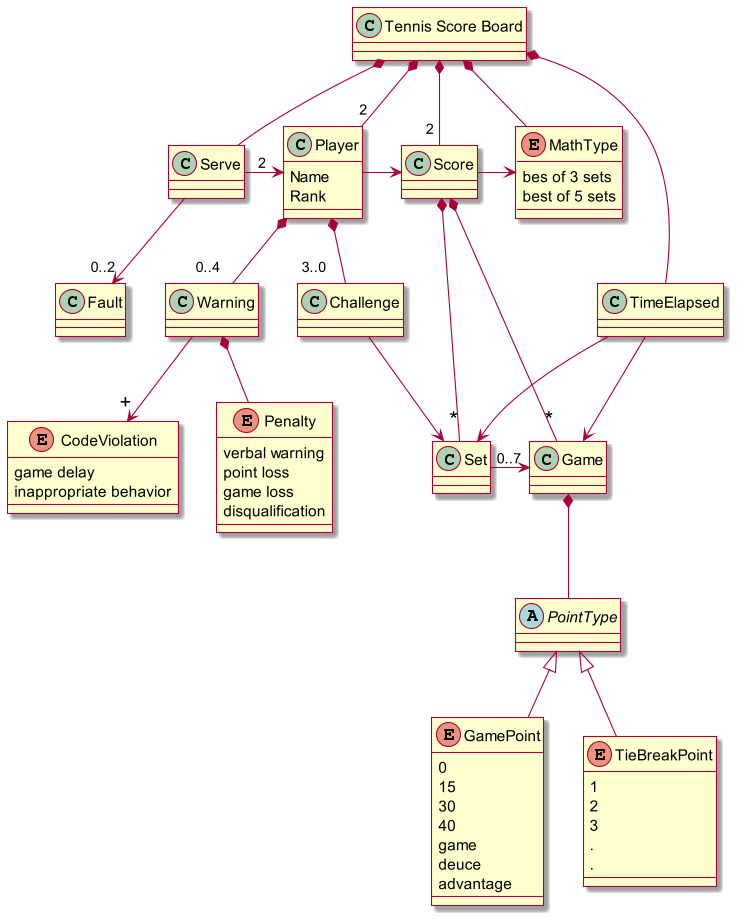
Before: TennisScoreBoard/TennisScoreBoardDomainModel_V1.png, a diagram exported from PlantUML (ferbarret/Modelado).
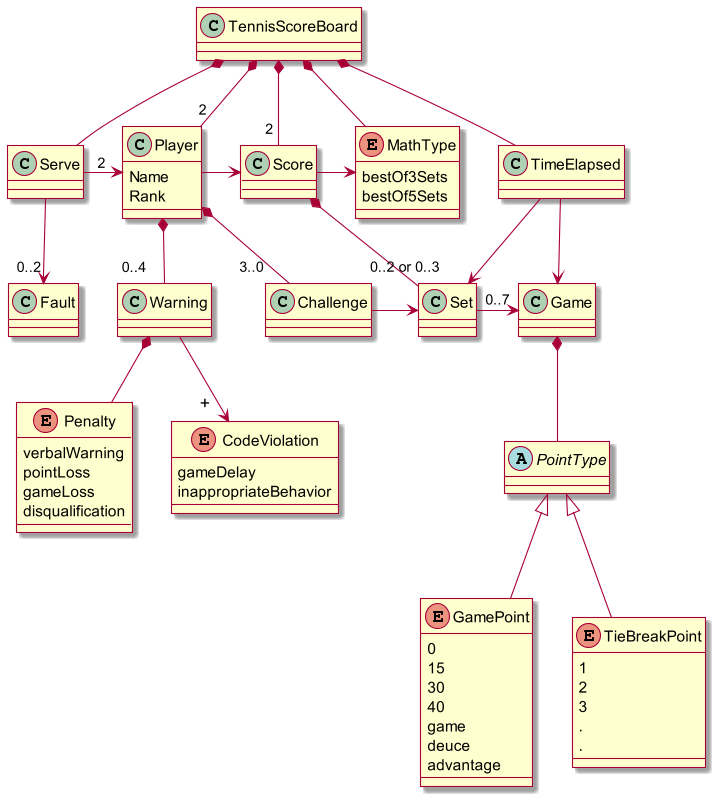
The same file after the commit.

Diff of the diagram source:
```diff
@@ -1,11 +1,11 @@
 @startuml
 skin rose
 scale 1.1
-class "Tennis Score Board" as Board
+class "TennisScoreBoard" as Board
 
 enum MathType {
-    bes of 3 sets
-    best of 5 sets
+    bestOf3Sets
+    bestOf5Sets
 }
 Board *-down- MathType
 Board *-down- Serve
@@ -21,14 +21,14 @@
 Score -right-> MathType
 
 Serve -down-> "0..2" Fault
+
 Player *-down- "3..0   " Challenge
 Player *-down- "0..4   " Warning
 
-Score *-down- "<size: 20>*</size>" Set
-Score *-down- "<size: 20>*</size>" Game
-Set -right-> "0..7" Game
+Score *-down- "0..2 or 0..3" Set
+Set -right-> "   0..7" Game
 
-Challenge -down-> Set
+Challenge -right-> Set
 
 TimeElapsed -down-> Set
 TimeElapsed -down-> Game
@@ -36,17 +36,15 @@
 abstract class PointType
 Game *-down- PointType
 
-
-
 enum CodeViolation{
-    game delay
-    inappropriate behavior
+    gameDelay
+    inappropriateBehavior
 }
-Warning -down-> "<size: 18>+</size>" CodeViolation
+Warning -down-> "<size: 16>+</size>   " CodeViolation
 enum Penalty {
-    verbal warning
-    point loss
-    game loss
+    verbalWarning
+    pointLoss
+    gameLoss
     disqualification
 }
 Warning *-down- Penalty
```
